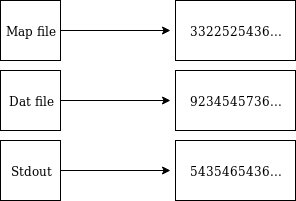
The draw.io diagram img/output_all.png in bluemindset/Programming-Skills-2019-UoE, before a commit. Source tidied: cells renumbered, new cells last; positions are measured from the earlier drawing's top-left corner, leaving out a move shared by most shapes.
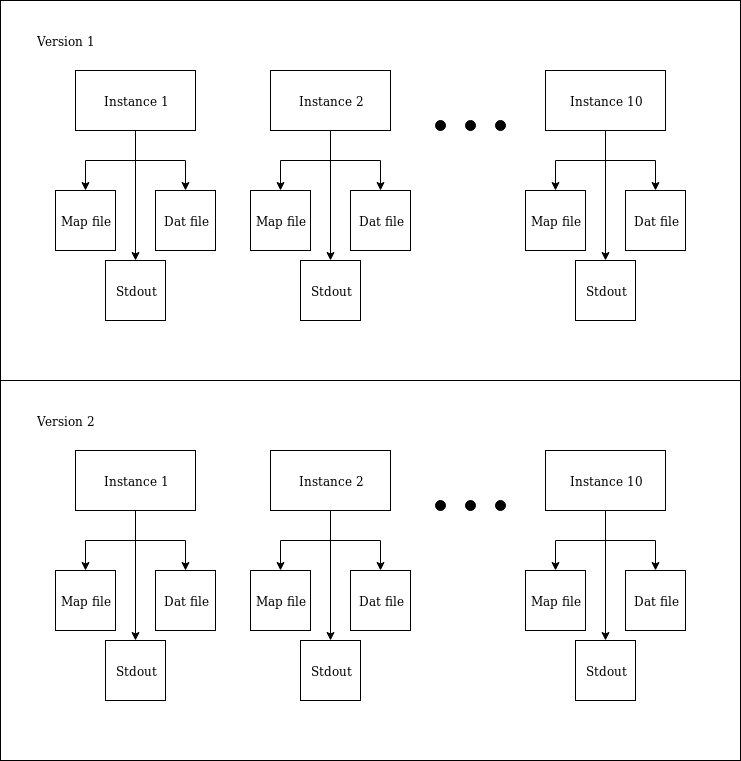
After the change.

The edit, as a diff of the source:
```diff
@@ -2,38 +2,227 @@
   <root>
     <mxCell id="0" />
     <mxCell id="1" parent="0" />
-    <mxCell id="2" style="edgeStyle=orthogonalEdgeStyle;rounded=0;jettySize=auto;html=1;" parent="1" edge="1" source="3">
-      <mxGeometry relative="1" as="geometry">
-        <mxPoint x="170" y="100" as="targetPoint" />
-      </mxGeometry>
-    </mxCell>
-    <mxCell id="3" value="Dat file" style="whiteSpace=wrap;html=1;fillColor=none;" parent="1" vertex="1">
-      <mxGeometry y="70" width="60" height="60" as="geometry" />
-    </mxCell>
-    <mxCell id="4" value="9234545736..." style="rounded=0;whiteSpace=wrap;html=1;" parent="1" vertex="1">
-      <mxGeometry x="175" y="70" width="120" height="60" as="geometry" />
-    </mxCell>
-    <mxCell id="5" style="edgeStyle=orthogonalEdgeStyle;rounded=0;jettySize=auto;html=1;" parent="1" edge="1" source="6">
-      <mxGeometry relative="1" as="geometry">
-        <mxPoint x="170" y="170" as="targetPoint" />
-      </mxGeometry>
-    </mxCell>
-    <mxCell id="6" value="Stdout" style="whiteSpace=wrap;html=1;fillColor=none;" parent="1" vertex="1">
-      <mxGeometry y="140" width="60" height="60" as="geometry" />
-    </mxCell>
-    <mxCell id="7" value="5435465436..." style="rounded=0;whiteSpace=wrap;html=1;" parent="1" vertex="1">
-      <mxGeometry x="175" y="140" width="120" height="60" as="geometry" />
-    </mxCell>
-    <mxCell id="8" style="edgeStyle=orthogonalEdgeStyle;rounded=0;jettySize=auto;html=1;" parent="1" edge="1" source="9">
-      <mxGeometry relative="1" as="geometry">
-        <mxPoint x="170" y="30" as="targetPoint" />
-      </mxGeometry>
-    </mxCell>
-    <mxCell id="9" value="Map file" style="whiteSpace=wrap;html=1;fillColor=none;" parent="1" vertex="1">
-      <mxGeometry width="60" height="60" as="geometry" />
-    </mxCell>
-    <mxCell id="10" value="3322525436..." style="rounded=0;whiteSpace=wrap;html=1;" parent="1" vertex="1">
-      <mxGeometry x="175" width="120" height="60" as="geometry" />
-    </mxCell>
+    <mxCell id="11" style="edgeStyle=orthogonalEdgeStyle;rounded=0;jettySize=auto;html=1;entryX=0.5;entryY=0;entryDx=0;entryDy=0;" parent="1" edge="1" source="14" target="20">
+      <mxGeometry relative="1" as="geometry">
+        <Array as="points">
+          <mxPoint x="60" y="-620" />
+          <mxPoint x="10" y="-620" />
+        </Array>
+      </mxGeometry>
+    </mxCell>
+    <mxCell id="12" style="edgeStyle=orthogonalEdgeStyle;rounded=0;jettySize=auto;html=1;entryX=0.5;entryY=0;entryDx=0;entryDy=0;" parent="1" edge="1" source="14" target="21">
+      <mxGeometry relative="1" as="geometry" />
+    </mxCell>
+    <mxCell id="13" style="edgeStyle=orthogonalEdgeStyle;rounded=0;jettySize=auto;html=1;exitX=0.5;exitY=1;exitDx=0;exitDy=0;entryX=0.5;entryY=0;entryDx=0;entryDy=0;" parent="1" edge="1" source="14" target="22">
+      <mxGeometry relative="1" as="geometry" />
+    </mxCell>
+    <mxCell id="14" value="Instance 1" style="rounded=0;whiteSpace=wrap;html=1;" parent="1" vertex="1">
+      <mxGeometry y="-710" width="120" height="60" as="geometry" />
+    </mxCell>
+    <mxCell id="15" value="Instance 2" style="rounded=0;whiteSpace=wrap;html=1;" parent="1" vertex="1">
+      <mxGeometry x="195" y="-710" width="120" height="60" as="geometry" />
+    </mxCell>
+    <mxCell id="16" style="ellipse;whiteSpace=wrap;html=1;fillColor=#000000;" parent="1" vertex="1">
+      <mxGeometry x="360" y="-660" width="10" height="10" as="geometry" />
+    </mxCell>
+    <mxCell id="17" style="ellipse;whiteSpace=wrap;html=1;fillColor=#000000;" parent="1" vertex="1">
+      <mxGeometry x="390" y="-660" width="10" height="10" as="geometry" />
+    </mxCell>
+    <mxCell id="18" style="ellipse;whiteSpace=wrap;html=1;fillColor=#000000;" parent="1" vertex="1">
+      <mxGeometry x="420" y="-660" width="10" height="10" as="geometry" />
+    </mxCell>
+    <mxCell id="19" value="Instance 10" style="rounded=0;whiteSpace=wrap;html=1;" parent="1" vertex="1">
+      <mxGeometry x="470" y="-710" width="120" height="60" as="geometry" />
+    </mxCell>
+    <mxCell id="20" value="Map file" style="whiteSpace=wrap;html=1;fillColor=none;" parent="1" vertex="1">
+      <mxGeometry x="-20" y="-590" width="60" height="60" as="geometry" />
+    </mxCell>
+    <mxCell id="21" value="Dat file" style="whiteSpace=wrap;html=1;fillColor=none;" parent="1" vertex="1">
+      <mxGeometry x="80" y="-590" width="60" height="60" as="geometry" />
+    </mxCell>
+    <mxCell id="22" value="Stdout" style="whiteSpace=wrap;html=1;fillColor=none;" parent="1" vertex="1">
+      <mxGeometry x="30" y="-520" width="60" height="60" as="geometry" />
+    </mxCell>
+    <mxCell id="23" style="edgeStyle=orthogonalEdgeStyle;rounded=0;jettySize=auto;html=1;entryX=0.5;entryY=0;entryDx=0;entryDy=0;" parent="1" edge="1" target="26">
+      <mxGeometry relative="1" as="geometry">
+        <mxPoint x="255" y="-650" as="sourcePoint" />
+        <Array as="points">
+          <mxPoint x="255" y="-620" />
+          <mxPoint x="205" y="-620" />
+        </Array>
+      </mxGeometry>
+    </mxCell>
+    <mxCell id="24" style="edgeStyle=orthogonalEdgeStyle;rounded=0;jettySize=auto;html=1;entryX=0.5;entryY=0;entryDx=0;entryDy=0;" parent="1" edge="1" target="27">
+      <mxGeometry relative="1" as="geometry">
+        <mxPoint x="255" y="-650" as="sourcePoint" />
+        <Array as="points">
+          <mxPoint x="255" y="-620" />
+          <mxPoint x="305" y="-620" />
+        </Array>
+      </mxGeometry>
+    </mxCell>
+    <mxCell id="25" style="edgeStyle=orthogonalEdgeStyle;rounded=0;jettySize=auto;html=1;exitX=0.5;exitY=1;exitDx=0;exitDy=0;entryX=0.5;entryY=0;entryDx=0;entryDy=0;" parent="1" edge="1" target="28">
+      <mxGeometry relative="1" as="geometry">
+        <mxPoint x="255" y="-650" as="sourcePoint" />
+      </mxGeometry>
+    </mxCell>
+    <mxCell id="26" value="Map file" style="whiteSpace=wrap;html=1;fillColor=none;" parent="1" vertex="1">
+      <mxGeometry x="175" y="-590" width="60" height="60" as="geometry" />
+    </mxCell>
+    <mxCell id="27" value="Dat file" style="whiteSpace=wrap;html=1;fillColor=none;" parent="1" vertex="1">
+      <mxGeometry x="275" y="-590" width="60" height="60" as="geometry" />
+    </mxCell>
+    <mxCell id="28" value="Stdout" style="whiteSpace=wrap;html=1;fillColor=none;" parent="1" vertex="1">
+      <mxGeometry x="225" y="-520" width="60" height="60" as="geometry" />
+    </mxCell>
+    <mxCell id="29" style="edgeStyle=orthogonalEdgeStyle;rounded=0;jettySize=auto;html=1;entryX=0.5;entryY=0;entryDx=0;entryDy=0;" parent="1" edge="1" target="32">
+      <mxGeometry relative="1" as="geometry">
+        <mxPoint x="530" y="-650" as="sourcePoint" />
+        <Array as="points">
+          <mxPoint x="530" y="-620" />
+          <mxPoint x="480" y="-620" />
+        </Array>
+      </mxGeometry>
+    </mxCell>
+    <mxCell id="30" style="edgeStyle=orthogonalEdgeStyle;rounded=0;jettySize=auto;html=1;entryX=0.5;entryY=0;entryDx=0;entryDy=0;" parent="1" edge="1" target="33">
+      <mxGeometry relative="1" as="geometry">
+        <mxPoint x="530" y="-650" as="sourcePoint" />
+        <Array as="points">
+          <mxPoint x="530" y="-620" />
+          <mxPoint x="580" y="-620" />
+        </Array>
+      </mxGeometry>
+    </mxCell>
+    <mxCell id="31" style="edgeStyle=orthogonalEdgeStyle;rounded=0;jettySize=auto;html=1;exitX=0.5;exitY=1;exitDx=0;exitDy=0;entryX=0.5;entryY=0;entryDx=0;entryDy=0;" parent="1" edge="1" target="34">
+      <mxGeometry relative="1" as="geometry">
+        <mxPoint x="530" y="-650" as="sourcePoint" />
+      </mxGeometry>
+    </mxCell>
+    <mxCell id="32" value="Map file" style="whiteSpace=wrap;html=1;fillColor=none;" parent="1" vertex="1">
+      <mxGeometry x="450" y="-590" width="60" height="60" as="geometry" />
+    </mxCell>
+    <mxCell id="33" value="Dat file" style="whiteSpace=wrap;html=1;fillColor=none;" parent="1" vertex="1">
+      <mxGeometry x="550" y="-590" width="60" height="60" as="geometry" />
+    </mxCell>
+    <mxCell id="34" value="Stdout" style="whiteSpace=wrap;html=1;fillColor=none;" parent="1" vertex="1">
+      <mxGeometry x="500" y="-520" width="60" height="60" as="geometry" />
+    </mxCell>
+    <mxCell id="35" style="rounded=0;whiteSpace=wrap;html=1;fillColor=none;" parent="1" vertex="1">
+      <mxGeometry x="-75" y="-780" width="740" height="380" as="geometry" />
+    </mxCell>
+    <mxCell id="36" value="Version 1" style="text;html=1;strokeColor=none;fillColor=none;align=center;verticalAlign=middle;whiteSpace=wrap;rounded=0;" parent="1" vertex="1">
+      <mxGeometry x="-50" y="-750" width="80" height="20" as="geometry" />
+    </mxCell>
+    <mxCell id="37" style="edgeStyle=orthogonalEdgeStyle;rounded=0;jettySize=auto;html=1;entryX=0.5;entryY=0;entryDx=0;entryDy=0;" parent="1" edge="1" source="40" target="46">
+      <mxGeometry relative="1" as="geometry">
+        <Array as="points">
+          <mxPoint x="60" y="-240" />
+          <mxPoint x="10" y="-240" />
+        </Array>
+      </mxGeometry>
+    </mxCell>
+    <mxCell id="38" style="edgeStyle=orthogonalEdgeStyle;rounded=0;jettySize=auto;html=1;entryX=0.5;entryY=0;entryDx=0;entryDy=0;" parent="1" edge="1" source="40" target="47">
+      <mxGeometry relative="1" as="geometry" />
+    </mxCell>
+    <mxCell id="39" style="edgeStyle=orthogonalEdgeStyle;rounded=0;jettySize=auto;html=1;exitX=0.5;exitY=1;exitDx=0;exitDy=0;entryX=0.5;entryY=0;entryDx=0;entryDy=0;" parent="1" edge="1" source="40" target="48">
+      <mxGeometry relative="1" as="geometry" />
+    </mxCell>
+    <mxCell id="40" value="Instance 1" style="rounded=0;whiteSpace=wrap;html=1;" parent="1" vertex="1">
+      <mxGeometry y="-330" width="120" height="60" as="geometry" />
+    </mxCell>
+    <mxCell id="41" value="Instance 2" style="rounded=0;whiteSpace=wrap;html=1;" parent="1" vertex="1">
+      <mxGeometry x="195" y="-330" width="120" height="60" as="geometry" />
+    </mxCell>
+    <mxCell id="42" style="ellipse;whiteSpace=wrap;html=1;fillColor=#000000;" parent="1" vertex="1">
+      <mxGeometry x="360" y="-280" width="10" height="10" as="geometry" />
+    </mxCell>
+    <mxCell id="43" style="ellipse;whiteSpace=wrap;html=1;fillColor=#000000;" parent="1" vertex="1">
+      <mxGeometry x="390" y="-280" width="10" height="10" as="geometry" />
+    </mxCell>
+    <mxCell id="44" style="ellipse;whiteSpace=wrap;html=1;fillColor=#000000;" parent="1" vertex="1">
+      <mxGeometry x="420" y="-280" width="10" height="10" as="geometry" />
+    </mxCell>
+    <mxCell id="45" value="Instance 10" style="rounded=0;whiteSpace=wrap;html=1;" parent="1" vertex="1">
+      <mxGeometry x="470" y="-330" width="120" height="60" as="geometry" />
+    </mxCell>
+    <mxCell id="46" value="Map file" style="whiteSpace=wrap;html=1;fillColor=none;" parent="1" vertex="1">
+      <mxGeometry x="-20" y="-210" width="60" height="60" as="geometry" />
+    </mxCell>
+    <mxCell id="47" value="Dat file" style="whiteSpace=wrap;html=1;fillColor=none;" parent="1" vertex="1">
+      <mxGeometry x="80" y="-210" width="60" height="60" as="geometry" />
+    </mxCell>
+    <mxCell id="48" value="Stdout" style="whiteSpace=wrap;html=1;fillColor=none;" parent="1" vertex="1">
+      <mxGeometry x="30" y="-140" width="60" height="60" as="geometry" />
+    </mxCell>
+    <mxCell id="49" style="edgeStyle=orthogonalEdgeStyle;rounded=0;jettySize=auto;html=1;entryX=0.5;entryY=0;entryDx=0;entryDy=0;" parent="1" edge="1" target="52">
+      <mxGeometry relative="1" as="geometry">
+        <mxPoint x="255" y="-270" as="sourcePoint" />
+        <Array as="points">
+          <mxPoint x="255" y="-240" />
+          <mxPoint x="205" y="-240" />
+        </Array>
+      </mxGeometry>
+    </mxCell>
+    <mxCell id="50" style="edgeStyle=orthogonalEdgeStyle;rounded=0;jettySize=auto;html=1;entryX=0.5;entryY=0;entryDx=0;entryDy=0;" parent="1" edge="1" target="53">
+      <mxGeometry relative="1" as="geometry">
+        <mxPoint x="255" y="-270" as="sourcePoint" />
+        <Array as="points">
+          <mxPoint x="255" y="-240" />
+          <mxPoint x="305" y="-240" />
+        </Array>
+      </mxGeometry>
+    </mxCell>
+    <mxCell id="51" style="edgeStyle=orthogonalEdgeStyle;rounded=0;jettySize=auto;html=1;exitX=0.5;exitY=1;exitDx=0;exitDy=0;entryX=0.5;entryY=0;entryDx=0;entryDy=0;" parent="1" edge="1" target="54">
+      <mxGeometry relative="1" as="geometry">
+        <mxPoint x="255" y="-270" as="sourcePoint" />
+      </mxGeometry>
+    </mxCell>
+    <mxCell id="52" value="Map file" style="whiteSpace=wrap;html=1;fillColor=none;" parent="1" vertex="1">
+      <mxGeometry x="175" y="-210" width="60" height="60" as="geometry" />
+    </mxCell>
+    <mxCell id="53" value="Dat file" style="whiteSpace=wrap;html=1;fillColor=none;" parent="1" vertex="1">
+      <mxGeometry x="275" y="-210" width="60" height="60" as="geometry" />
+    </mxCell>
+    <mxCell id="54" value="Stdout" style="whiteSpace=wrap;html=1;fillColor=none;" parent="1" vertex="1">
+      <mxGeometry x="225" y="-140" width="60" height="60" as="geometry" />
+    </mxCell>
+    <mxCell id="55" style="edgeStyle=orthogonalEdgeStyle;rounded=0;jettySize=auto;html=1;entryX=0.5;entryY=0;entryDx=0;entryDy=0;" parent="1" edge="1" target="58">
+      <mxGeometry relative="1" as="geometry">
+        <mxPoint x="530" y="-270" as="sourcePoint" />
+        <Array as="points">
+          <mxPoint x="530" y="-240" />
+          <mxPoint x="480" y="-240" />
+        </Array>
+      </mxGeometry>
+    </mxCell>
+    <mxCell id="56" style="edgeStyle=orthogonalEdgeStyle;rounded=0;jettySize=auto;html=1;entryX=0.5;entryY=0;entryDx=0;entryDy=0;" parent="1" edge="1" target="59">
+      <mxGeometry relative="1" as="geometry">
+        <mxPoint x="530" y="-270" as="sourcePoint" />
+        <Array as="points">
+          <mxPoint x="530" y="-240" />
+          <mxPoint x="580" y="-240" />
+        </Array>
+      </mxGeometry>
+    </mxCell>
+    <mxCell id="57" style="edgeStyle=orthogonalEdgeStyle;rounded=0;jettySize=auto;html=1;exitX=0.5;exitY=1;exitDx=0;exitDy=0;entryX=0.5;entryY=0;entryDx=0;entryDy=0;" parent="1" edge="1" target="60">
+      <mxGeometry relative="1" as="geometry">
+        <mxPoint x="530" y="-270" as="sourcePoint" />
+      </mxGeometry>
+    </mxCell>
+    <mxCell id="58" value="Map file" style="whiteSpace=wrap;html=1;fillColor=none;" parent="1" vertex="1">
+      <mxGeometry x="450" y="-210" width="60" height="60" as="geometry" />
+    </mxCell>
+    <mxCell id="59" value="Dat file" style="whiteSpace=wrap;html=1;fillColor=none;" parent="1" vertex="1">
+      <mxGeometry x="550" y="-210" width="60" height="60" as="geometry" />
+    </mxCell>
+    <mxCell id="60" value="Stdout" style="whiteSpace=wrap;html=1;fillColor=none;" parent="1" vertex="1">
+      <mxGeometry x="500" y="-140" width="60" height="60" as="geometry" />
+    </mxCell>
+    <mxCell id="61" style="rounded=0;whiteSpace=wrap;html=1;fillColor=none;" parent="1" vertex="1">
+      <mxGeometry x="-75" y="-400" width="740" height="380" as="geometry" />
+    </mxCell>
+    <mxCell id="62" value="Version 2" style="text;html=1;strokeColor=none;fillColor=none;align=center;verticalAlign=middle;whiteSpace=wrap;rounded=0;" parent="1" vertex="1">
+      <mxGeometry x="-50" y="-370" width="80" height="20" as="geometry" />
+    </mxCell>
   </root>
 </mxGraphModel>
```
